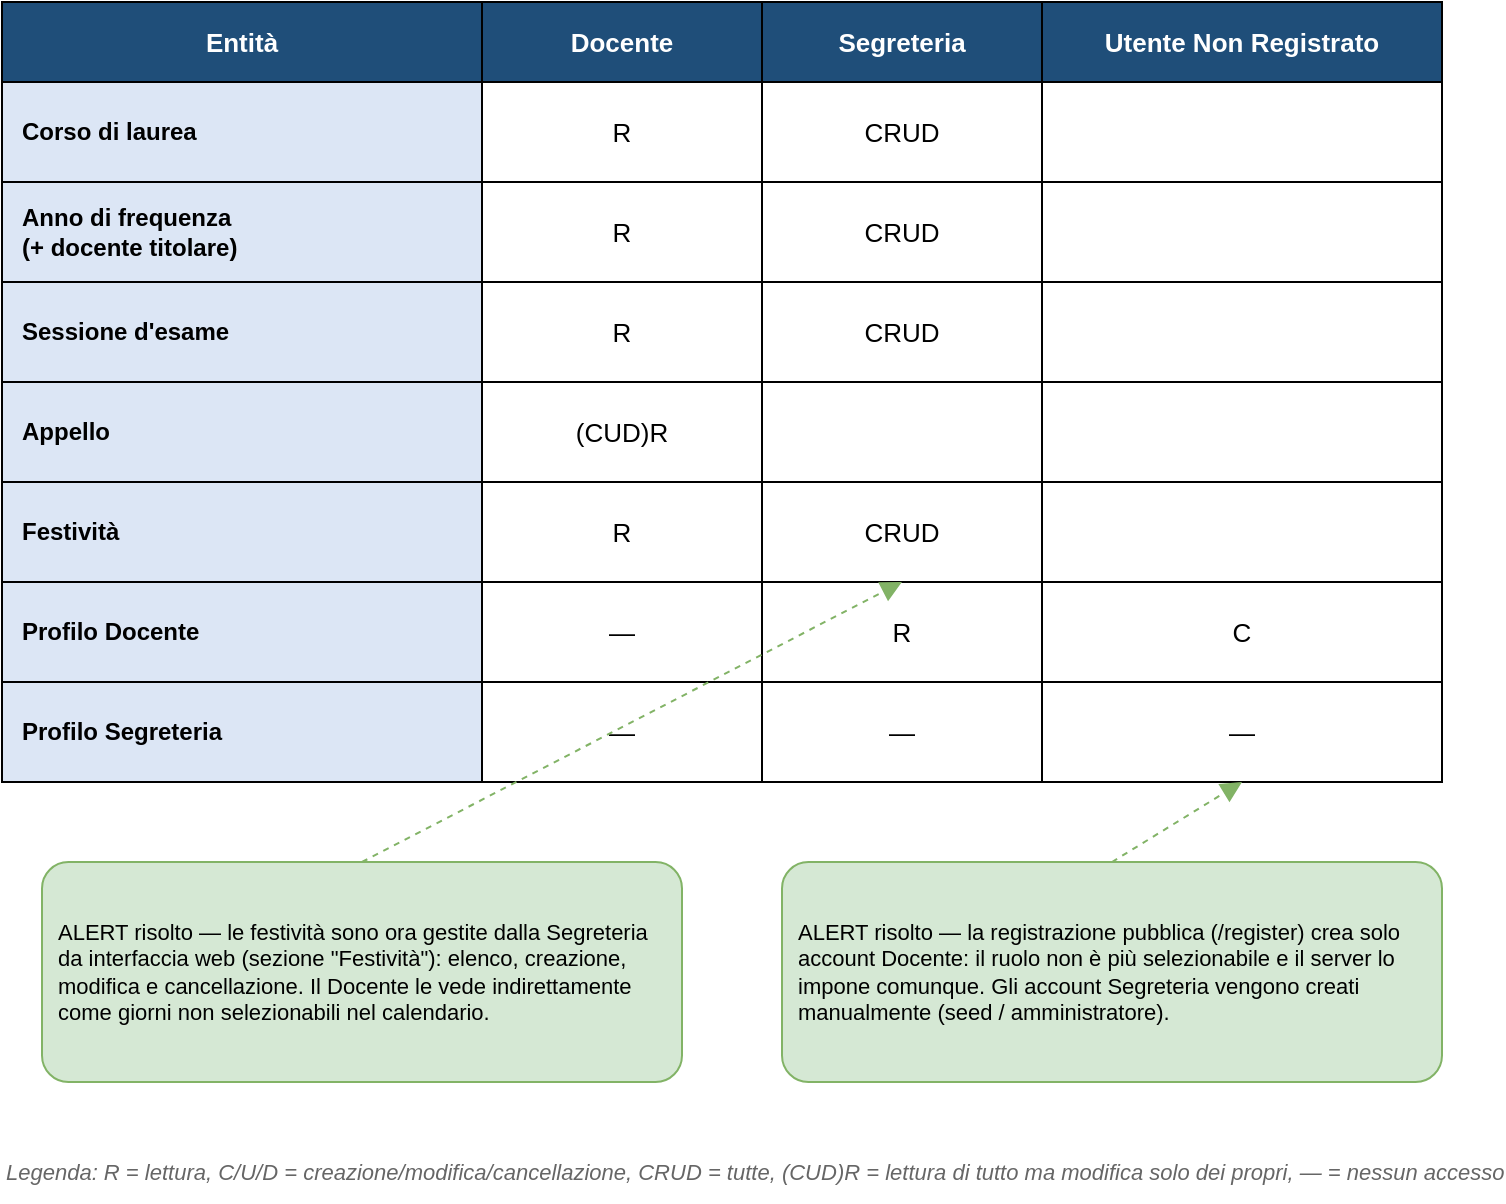
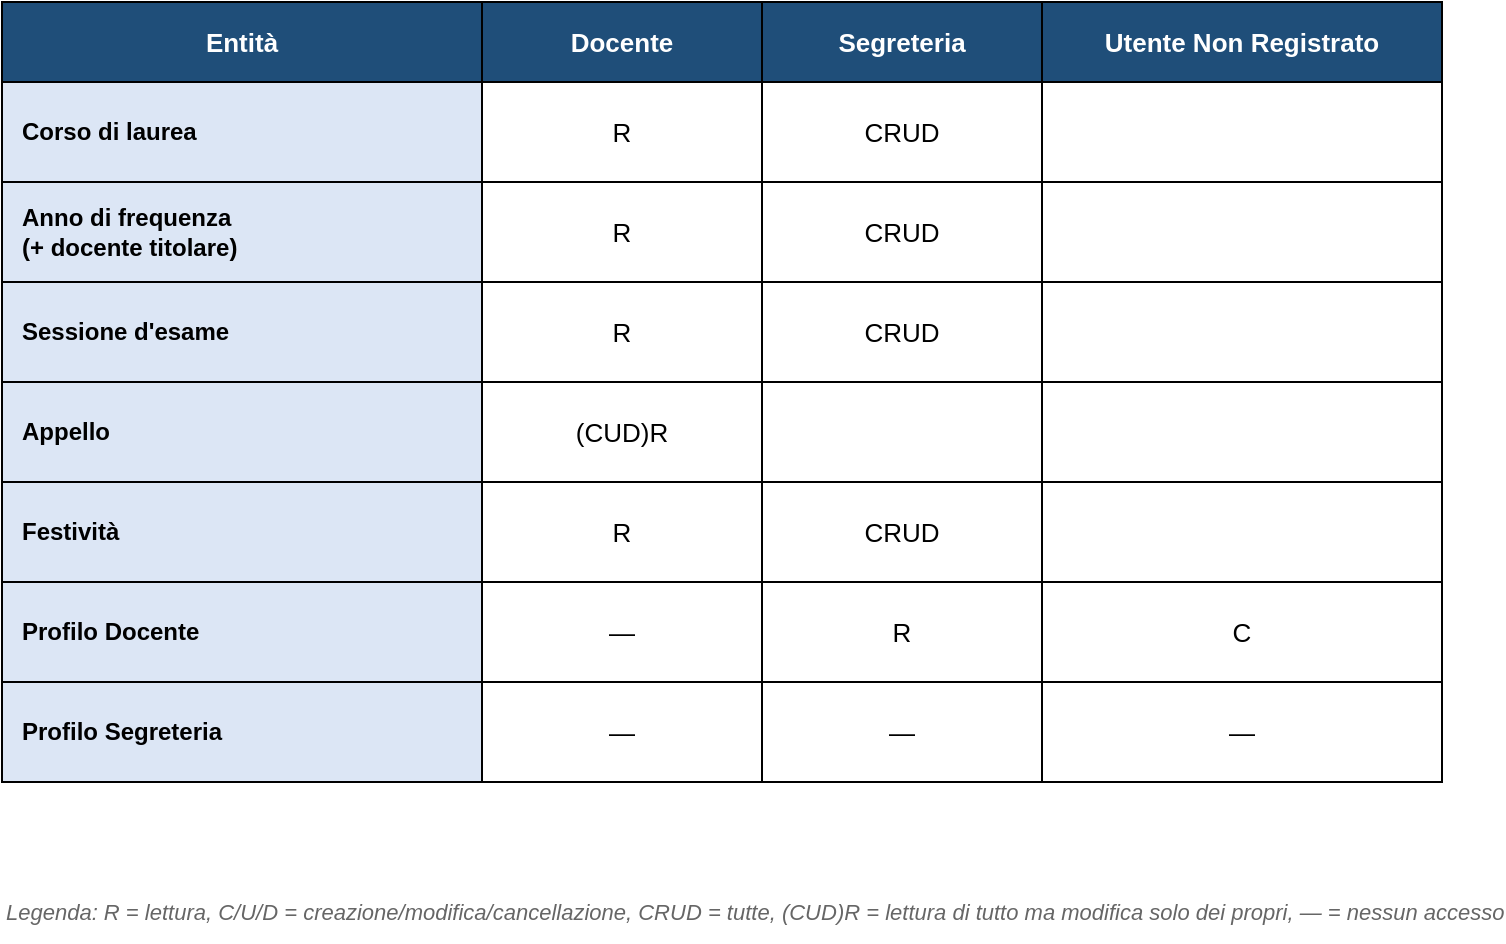
<mxfile host="app.diagrams.net" agent="claude-code" pages="2">
  <diagram name="Doppia entrata - permessi" id="doppia-entrata-appelli">
-     <mxGraphModel dx="900" dy="700" grid="1" gridSize="10" guides="1" tooltips="1" connect="1" arrows="1" fold="1" page="1" pageScale="1" pageWidth="850" pageHeight="1100" math="0" shadow="0">
+     <mxGraphModel dx="1039" dy="635" grid="1" gridSize="10" guides="1" tooltips="1" connect="1" arrows="1" fold="1" page="1" pageScale="1" pageWidth="850" pageHeight="1100" math="0" shadow="0">
      <root>
        <mxCell id="0" />
        <mxCell id="1" parent="0" />
-         <!-- ===== HEADER ROW ===== -->
-         <mxCell id="h0" value="Entità" style="rounded=0;whiteSpace=wrap;html=1;fillColor=#1F4E79;fontColor=#ffffff;fontStyle=1;fontSize=13;align=center;verticalAlign=middle;" vertex="1" parent="1">
-           <mxGeometry x="40" y="40" width="240" height="40" as="geometry" />
+         <mxCell id="h0" parent="1" style="rounded=0;whiteSpace=wrap;html=1;fillColor=#1F4E79;fontColor=#ffffff;fontStyle=1;fontSize=13;align=center;verticalAlign=middle;" value="Entità" vertex="1">
+           <mxGeometry height="40" width="240" x="40" y="40" as="geometry" />
        </mxCell>
-         <mxCell id="h1" value="Docente" style="rounded=0;whiteSpace=wrap;html=1;fillColor=#1F4E79;fontColor=#ffffff;fontStyle=1;fontSize=13;align=center;verticalAlign=middle;" vertex="1" parent="1">
-           <mxGeometry x="280" y="40" width="140" height="40" as="geometry" />
+         <mxCell id="h1" parent="1" style="rounded=0;whiteSpace=wrap;html=1;fillColor=#1F4E79;fontColor=#ffffff;fontStyle=1;fontSize=13;align=center;verticalAlign=middle;" value="Docente" vertex="1">
+           <mxGeometry height="40" width="140" x="280" y="40" as="geometry" />
        </mxCell>
-         <mxCell id="h2" value="Segreteria" style="rounded=0;whiteSpace=wrap;html=1;fillColor=#1F4E79;fontColor=#ffffff;fontStyle=1;fontSize=13;align=center;verticalAlign=middle;" vertex="1" parent="1">
-           <mxGeometry x="420" y="40" width="140" height="40" as="geometry" />
+         <mxCell id="h2" parent="1" style="rounded=0;whiteSpace=wrap;html=1;fillColor=#1F4E79;fontColor=#ffffff;fontStyle=1;fontSize=13;align=center;verticalAlign=middle;" value="Segreteria" vertex="1">
+           <mxGeometry height="40" width="140" x="420" y="40" as="geometry" />
        </mxCell>
-         <mxCell id="h3" value="Utente Non Registrato" style="rounded=0;whiteSpace=wrap;html=1;fillColor=#1F4E79;fontColor=#ffffff;fontStyle=1;fontSize=13;align=center;verticalAlign=middle;" vertex="1" parent="1">
-           <mxGeometry x="560" y="40" width="200" height="40" as="geometry" />
+         <mxCell id="h3" parent="1" style="rounded=0;whiteSpace=wrap;html=1;fillColor=#1F4E79;fontColor=#ffffff;fontStyle=1;fontSize=13;align=center;verticalAlign=middle;" value="Utente Non Registrato" vertex="1">
+           <mxGeometry height="40" width="200" x="560" y="40" as="geometry" />
        </mxCell>
-         <!-- ===== ROW 1: Corso di laurea ===== -->
-         <mxCell id="r1c0" value="Corso di laurea" style="rounded=0;whiteSpace=wrap;html=1;fillColor=#DCE6F5;fontStyle=1;fontSize=12;align=left;verticalAlign=middle;spacingLeft=8;" vertex="1" parent="1">
-           <mxGeometry x="40" y="80" width="240" height="50" as="geometry" />
+         <mxCell id="r1c0" parent="1" style="rounded=0;whiteSpace=wrap;html=1;fillColor=#DCE6F5;fontStyle=1;fontSize=12;align=left;verticalAlign=middle;spacingLeft=8;" value="Corso di laurea" vertex="1">
+           <mxGeometry height="50" width="240" x="40" y="80" as="geometry" />
        </mxCell>
-         <mxCell id="r1c1" value="R" style="rounded=0;whiteSpace=wrap;html=1;fillColor=#ffffff;fontSize=13;align=center;verticalAlign=middle;" vertex="1" parent="1">
-           <mxGeometry x="280" y="80" width="140" height="50" as="geometry" />
+         <mxCell id="r1c1" parent="1" style="rounded=0;whiteSpace=wrap;html=1;fillColor=#ffffff;fontSize=13;align=center;verticalAlign=middle;" value="R" vertex="1">
+           <mxGeometry height="50" width="140" x="280" y="80" as="geometry" />
        </mxCell>
-         <mxCell id="r1c2" value="CRUD" style="rounded=0;whiteSpace=wrap;html=1;fillColor=#ffffff;fontSize=13;align=center;verticalAlign=middle;" vertex="1" parent="1">
-           <mxGeometry x="420" y="80" width="140" height="50" as="geometry" />
+         <mxCell id="r1c2" parent="1" style="rounded=0;whiteSpace=wrap;html=1;fillColor=#ffffff;fontSize=13;align=center;verticalAlign=middle;" value="CRUD" vertex="1">
+           <mxGeometry height="50" width="140" x="420" y="80" as="geometry" />
        </mxCell>
-         <mxCell id="r1c3" value="" style="rounded=0;whiteSpace=wrap;html=1;fillColor=#ffffff;fontSize=13;align=center;verticalAlign=middle;" vertex="1" parent="1">
-           <mxGeometry x="560" y="80" width="200" height="50" as="geometry" />
+         <mxCell id="r1c3" parent="1" style="rounded=0;whiteSpace=wrap;html=1;fillColor=#ffffff;fontSize=13;align=center;verticalAlign=middle;" value="" vertex="1">
+           <mxGeometry height="50" width="200" x="560" y="80" as="geometry" />
        </mxCell>
-         <!-- ===== ROW 2: Anno di frequenza ===== -->
-         <mxCell id="r2c0" value="Anno di frequenza&#xa;(+ docente titolare)" style="rounded=0;whiteSpace=wrap;html=1;fillColor=#DCE6F5;fontStyle=1;fontSize=12;align=left;verticalAlign=middle;spacingLeft=8;" vertex="1" parent="1">
-           <mxGeometry x="40" y="130" width="240" height="50" as="geometry" />
+         <mxCell id="r2c0" parent="1" style="rounded=0;whiteSpace=wrap;html=1;fillColor=#DCE6F5;fontStyle=1;fontSize=12;align=left;verticalAlign=middle;spacingLeft=8;" value="Anno di frequenza&#xa;(+ docente titolare)" vertex="1">
+           <mxGeometry height="50" width="240" x="40" y="130" as="geometry" />
        </mxCell>
-         <mxCell id="r2c1" value="R" style="rounded=0;whiteSpace=wrap;html=1;fillColor=#ffffff;fontSize=13;align=center;verticalAlign=middle;" vertex="1" parent="1">
-           <mxGeometry x="280" y="130" width="140" height="50" as="geometry" />
+         <mxCell id="r2c1" parent="1" style="rounded=0;whiteSpace=wrap;html=1;fillColor=#ffffff;fontSize=13;align=center;verticalAlign=middle;" value="R" vertex="1">
+           <mxGeometry height="50" width="140" x="280" y="130" as="geometry" />
        </mxCell>
-         <mxCell id="r2c2" value="CRUD" style="rounded=0;whiteSpace=wrap;html=1;fillColor=#ffffff;fontSize=13;align=center;verticalAlign=middle;" vertex="1" parent="1">
-           <mxGeometry x="420" y="130" width="140" height="50" as="geometry" />
+         <mxCell id="r2c2" parent="1" style="rounded=0;whiteSpace=wrap;html=1;fillColor=#ffffff;fontSize=13;align=center;verticalAlign=middle;" value="CRUD" vertex="1">
+           <mxGeometry height="50" width="140" x="420" y="130" as="geometry" />
        </mxCell>
-         <mxCell id="r2c3" value="" style="rounded=0;whiteSpace=wrap;html=1;fillColor=#ffffff;fontSize=13;align=center;verticalAlign=middle;" vertex="1" parent="1">
-           <mxGeometry x="560" y="130" width="200" height="50" as="geometry" />
+         <mxCell id="r2c3" parent="1" style="rounded=0;whiteSpace=wrap;html=1;fillColor=#ffffff;fontSize=13;align=center;verticalAlign=middle;" value="" vertex="1">
+           <mxGeometry height="50" width="200" x="560" y="130" as="geometry" />
        </mxCell>
-         <!-- ===== ROW 3: Sessione d'esame ===== -->
-         <mxCell id="r3c0" value="Sessione d&#39;esame" style="rounded=0;whiteSpace=wrap;html=1;fillColor=#DCE6F5;fontStyle=1;fontSize=12;align=left;verticalAlign=middle;spacingLeft=8;" vertex="1" parent="1">
-           <mxGeometry x="40" y="180" width="240" height="50" as="geometry" />
+         <mxCell id="r3c0" parent="1" style="rounded=0;whiteSpace=wrap;html=1;fillColor=#DCE6F5;fontStyle=1;fontSize=12;align=left;verticalAlign=middle;spacingLeft=8;" value="Sessione d&#39;esame" vertex="1">
+           <mxGeometry height="50" width="240" x="40" y="180" as="geometry" />
        </mxCell>
-         <mxCell id="r3c1" value="R" style="rounded=0;whiteSpace=wrap;html=1;fillColor=#ffffff;fontSize=13;align=center;verticalAlign=middle;" vertex="1" parent="1">
-           <mxGeometry x="280" y="180" width="140" height="50" as="geometry" />
+         <mxCell id="r3c1" parent="1" style="rounded=0;whiteSpace=wrap;html=1;fillColor=#ffffff;fontSize=13;align=center;verticalAlign=middle;" value="R" vertex="1">
+           <mxGeometry height="50" width="140" x="280" y="180" as="geometry" />
        </mxCell>
-         <mxCell id="r3c2" value="CRUD" style="rounded=0;whiteSpace=wrap;html=1;fillColor=#ffffff;fontSize=13;align=center;verticalAlign=middle;" vertex="1" parent="1">
-           <mxGeometry x="420" y="180" width="140" height="50" as="geometry" />
+         <mxCell id="r3c2" parent="1" style="rounded=0;whiteSpace=wrap;html=1;fillColor=#ffffff;fontSize=13;align=center;verticalAlign=middle;" value="CRUD" vertex="1">
+           <mxGeometry height="50" width="140" x="420" y="180" as="geometry" />
        </mxCell>
-         <mxCell id="r3c3" value="" style="rounded=0;whiteSpace=wrap;html=1;fillColor=#ffffff;fontSize=13;align=center;verticalAlign=middle;" vertex="1" parent="1">
-           <mxGeometry x="560" y="180" width="200" height="50" as="geometry" />
+         <mxCell id="r3c3" parent="1" style="rounded=0;whiteSpace=wrap;html=1;fillColor=#ffffff;fontSize=13;align=center;verticalAlign=middle;" value="" vertex="1">
+           <mxGeometry height="50" width="200" x="560" y="180" as="geometry" />
        </mxCell>
-         <!-- ===== ROW 4: Appello ===== -->
-         <mxCell id="r4c0" value="Appello" style="rounded=0;whiteSpace=wrap;html=1;fillColor=#DCE6F5;fontStyle=1;fontSize=12;align=left;verticalAlign=middle;spacingLeft=8;" vertex="1" parent="1">
-           <mxGeometry x="40" y="230" width="240" height="50" as="geometry" />
+         <mxCell id="r4c0" parent="1" style="rounded=0;whiteSpace=wrap;html=1;fillColor=#DCE6F5;fontStyle=1;fontSize=12;align=left;verticalAlign=middle;spacingLeft=8;" value="Appello" vertex="1">
+           <mxGeometry height="50" width="240" x="40" y="230" as="geometry" />
        </mxCell>
-         <mxCell id="r4c1" value="(CUD)R" style="rounded=0;whiteSpace=wrap;html=1;fillColor=#ffffff;fontSize=13;align=center;verticalAlign=middle;" vertex="1" parent="1">
-           <mxGeometry x="280" y="230" width="140" height="50" as="geometry" />
+         <mxCell id="r4c1" parent="1" style="rounded=0;whiteSpace=wrap;html=1;fillColor=#ffffff;fontSize=13;align=center;verticalAlign=middle;" value="(CUD)R" vertex="1">
+           <mxGeometry height="50" width="140" x="280" y="230" as="geometry" />
        </mxCell>
-         <mxCell id="r4c2" value="" style="rounded=0;whiteSpace=wrap;html=1;fillColor=#ffffff;fontSize=13;align=center;verticalAlign=middle;" vertex="1" parent="1">
-           <mxGeometry x="420" y="230" width="140" height="50" as="geometry" />
+         <mxCell id="r4c2" parent="1" style="rounded=0;whiteSpace=wrap;html=1;fillColor=#ffffff;fontSize=13;align=center;verticalAlign=middle;" value="" vertex="1">
+           <mxGeometry height="50" width="140" x="420" y="230" as="geometry" />
        </mxCell>
-         <mxCell id="r4c3" value="" style="rounded=0;whiteSpace=wrap;html=1;fillColor=#ffffff;fontSize=13;align=center;verticalAlign=middle;" vertex="1" parent="1">
-           <mxGeometry x="560" y="230" width="200" height="50" as="geometry" />
+         <mxCell id="r4c3" parent="1" style="rounded=0;whiteSpace=wrap;html=1;fillColor=#ffffff;fontSize=13;align=center;verticalAlign=middle;" value="" vertex="1">
+           <mxGeometry height="50" width="200" x="560" y="230" as="geometry" />
        </mxCell>
-         <!-- ===== ROW 5: Festivita ===== -->
-         <mxCell id="r5c0" value="Festività" style="rounded=0;whiteSpace=wrap;html=1;fillColor=#DCE6F5;fontStyle=1;fontSize=12;align=left;verticalAlign=middle;spacingLeft=8;" vertex="1" parent="1">
-           <mxGeometry x="40" y="280" width="240" height="50" as="geometry" />
+         <mxCell id="r5c0" parent="1" style="rounded=0;whiteSpace=wrap;html=1;fillColor=#DCE6F5;fontStyle=1;fontSize=12;align=left;verticalAlign=middle;spacingLeft=8;" value="Festività" vertex="1">
+           <mxGeometry height="50" width="240" x="40" y="280" as="geometry" />
        </mxCell>
-         <mxCell id="r5c1" value="R" style="rounded=0;whiteSpace=wrap;html=1;fillColor=#ffffff;fontSize=13;align=center;verticalAlign=middle;" vertex="1" parent="1">
-           <mxGeometry x="280" y="280" width="140" height="50" as="geometry" />
+         <mxCell id="r5c1" parent="1" style="rounded=0;whiteSpace=wrap;html=1;fillColor=#ffffff;fontSize=13;align=center;verticalAlign=middle;" value="R" vertex="1">
+           <mxGeometry height="50" width="140" x="280" y="280" as="geometry" />
        </mxCell>
-         <mxCell id="r5c2" value="CRUD" style="rounded=0;whiteSpace=wrap;html=1;fillColor=#ffffff;fontSize=13;align=center;verticalAlign=middle;" vertex="1" parent="1">
-           <mxGeometry x="420" y="280" width="140" height="50" as="geometry" />
+         <mxCell id="r5c2" parent="1" style="rounded=0;whiteSpace=wrap;html=1;fillColor=#ffffff;fontSize=13;align=center;verticalAlign=middle;" value="CRUD" vertex="1">
+           <mxGeometry height="50" width="140" x="420" y="280" as="geometry" />
        </mxCell>
-         <mxCell id="r5c3" value="" style="rounded=0;whiteSpace=wrap;html=1;fillColor=#ffffff;fontSize=13;align=center;verticalAlign=middle;" vertex="1" parent="1">
-           <mxGeometry x="560" y="280" width="200" height="50" as="geometry" />
+         <mxCell id="r5c3" parent="1" style="rounded=0;whiteSpace=wrap;html=1;fillColor=#ffffff;fontSize=13;align=center;verticalAlign=middle;" value="" vertex="1">
+           <mxGeometry height="50" width="200" x="560" y="280" as="geometry" />
        </mxCell>
-         <!-- ===== ROW 6: Profilo Docente ===== -->
-         <mxCell id="r6c0" value="Profilo Docente" style="rounded=0;whiteSpace=wrap;html=1;fillColor=#DCE6F5;fontStyle=1;fontSize=12;align=left;verticalAlign=middle;spacingLeft=8;" vertex="1" parent="1">
-           <mxGeometry x="40" y="330" width="240" height="50" as="geometry" />
+         <mxCell id="r6c0" parent="1" style="rounded=0;whiteSpace=wrap;html=1;fillColor=#DCE6F5;fontStyle=1;fontSize=12;align=left;verticalAlign=middle;spacingLeft=8;" value="Profilo Docente" vertex="1">
+           <mxGeometry height="50" width="240" x="40" y="330" as="geometry" />
        </mxCell>
-         <mxCell id="r6c1" value="—" style="rounded=0;whiteSpace=wrap;html=1;fillColor=#ffffff;fontSize=13;align=center;verticalAlign=middle;" vertex="1" parent="1">
-           <mxGeometry x="280" y="330" width="140" height="50" as="geometry" />
+         <mxCell id="r6c1" parent="1" style="rounded=0;whiteSpace=wrap;html=1;fillColor=#ffffff;fontSize=13;align=center;verticalAlign=middle;" value="—" vertex="1">
+           <mxGeometry height="50" width="140" x="280" y="330" as="geometry" />
        </mxCell>
-         <mxCell id="r6c2" value="R" style="rounded=0;whiteSpace=wrap;html=1;fillColor=#ffffff;fontSize=13;align=center;verticalAlign=middle;" vertex="1" parent="1">
-           <mxGeometry x="420" y="330" width="140" height="50" as="geometry" />
+         <mxCell id="r6c2" parent="1" style="rounded=0;whiteSpace=wrap;html=1;fillColor=#ffffff;fontSize=13;align=center;verticalAlign=middle;" value="R" vertex="1">
+           <mxGeometry height="50" width="140" x="420" y="330" as="geometry" />
        </mxCell>
-         <mxCell id="r6c3" value="C" style="rounded=0;whiteSpace=wrap;html=1;fillColor=#ffffff;fontSize=13;align=center;verticalAlign=middle;" vertex="1" parent="1">
-           <mxGeometry x="560" y="330" width="200" height="50" as="geometry" />
+         <mxCell id="r6c3" parent="1" style="rounded=0;whiteSpace=wrap;html=1;fillColor=#ffffff;fontSize=13;align=center;verticalAlign=middle;" value="C" vertex="1">
+           <mxGeometry height="50" width="200" x="560" y="330" as="geometry" />
        </mxCell>
-         <!-- ===== ROW 7: Profilo Segreteria ===== -->
-         <mxCell id="r7c0" value="Profilo Segreteria" style="rounded=0;whiteSpace=wrap;html=1;fillColor=#DCE6F5;fontStyle=1;fontSize=12;align=left;verticalAlign=middle;spacingLeft=8;" vertex="1" parent="1">
-           <mxGeometry x="40" y="380" width="240" height="50" as="geometry" />
+         <mxCell id="r7c0" parent="1" style="rounded=0;whiteSpace=wrap;html=1;fillColor=#DCE6F5;fontStyle=1;fontSize=12;align=left;verticalAlign=middle;spacingLeft=8;" value="Profilo Segreteria" vertex="1">
+           <mxGeometry height="50" width="240" x="40" y="380" as="geometry" />
        </mxCell>
-         <mxCell id="r7c1" value="—" style="rounded=0;whiteSpace=wrap;html=1;fillColor=#ffffff;fontSize=13;align=center;verticalAlign=middle;" vertex="1" parent="1">
-           <mxGeometry x="280" y="380" width="140" height="50" as="geometry" />
+         <mxCell id="r7c1" parent="1" style="rounded=0;whiteSpace=wrap;html=1;fillColor=#ffffff;fontSize=13;align=center;verticalAlign=middle;" value="—" vertex="1">
+           <mxGeometry height="50" width="140" x="280" y="380" as="geometry" />
        </mxCell>
-         <mxCell id="r7c2" value="—" style="rounded=0;whiteSpace=wrap;html=1;fillColor=#ffffff;fontSize=13;align=center;verticalAlign=middle;" vertex="1" parent="1">
-           <mxGeometry x="420" y="380" width="140" height="50" as="geometry" />
+         <mxCell id="r7c2" parent="1" style="rounded=0;whiteSpace=wrap;html=1;fillColor=#ffffff;fontSize=13;align=center;verticalAlign=middle;" value="—" vertex="1">
+           <mxGeometry height="50" width="140" x="420" y="380" as="geometry" />
        </mxCell>
-         <mxCell id="r7c3" value="—" style="rounded=0;whiteSpace=wrap;html=1;fillColor=#ffffff;fontSize=13;align=center;verticalAlign=middle;" vertex="1" parent="1">
-           <mxGeometry x="560" y="380" width="200" height="50" as="geometry" />
+         <mxCell id="r7c3" parent="1" style="rounded=0;whiteSpace=wrap;html=1;fillColor=#ffffff;fontSize=13;align=center;verticalAlign=middle;" value="—" vertex="1">
+           <mxGeometry height="50" width="200" x="560" y="380" as="geometry" />
        </mxCell>
-         <!-- ===== CALLOUT 1: Festivita (risolto) ===== -->
-         <mxCell id="note1" value="ALERT risolto — le festività sono ora gestite dalla Segreteria da interfaccia web (sezione &quot;Festività&quot;): elenco, creazione, modifica e cancellazione. Il Docente le vede indirettamente come giorni non selezionabili nel calendario." style="rounded=1;whiteSpace=wrap;html=1;fillColor=#D5E8D4;strokeColor=#82B366;fontSize=11;align=left;verticalAlign=middle;spacing=8;arcSize=12;" vertex="1" parent="1">
-           <mxGeometry x="60" y="470" width="320" height="110" as="geometry" />
-         </mxCell>
-         <mxCell id="noteEdge1" style="endArrow=block;endFill=1;endSize=8;html=1;rounded=0;dashed=1;strokeColor=#82B366;exitX=0.5;exitY=0;exitDx=0;exitDy=0;entryX=0.5;entryY=1;entryDx=0;entryDy=0;" edge="1" parent="1" source="note1" target="r5c2">
-           <mxGeometry relative="1" as="geometry" />
-         </mxCell>
-         <!-- ===== CALLOUT 2: Registrazione (risolto) ===== -->
-         <mxCell id="note2" value="ALERT risolto — la registrazione pubblica (/register) crea solo account Docente: il ruolo non è più selezionabile e il server lo impone comunque. Gli account Segreteria vengono creati manualmente (seed / amministratore)." style="rounded=1;whiteSpace=wrap;html=1;fillColor=#D5E8D4;strokeColor=#82B366;fontSize=11;align=left;verticalAlign=middle;spacing=8;arcSize=12;" vertex="1" parent="1">
-           <mxGeometry x="430" y="470" width="330" height="110" as="geometry" />
-         </mxCell>
-         <mxCell id="noteEdge2" style="endArrow=block;endFill=1;endSize=8;html=1;rounded=0;dashed=1;strokeColor=#82B366;exitX=0.5;exitY=0;exitDx=0;exitDy=0;entryX=0.5;entryY=1;entryDx=0;entryDy=0;" edge="1" parent="1" source="note2" target="r7c3">
-           <mxGeometry relative="1" as="geometry" />
-         </mxCell>
-         <!-- ===== LEGENDA ===== -->
-         <mxCell id="legend" value="Legenda: R = lettura, C/U/D = creazione/modifica/cancellazione, CRUD = tutte, (CUD)R = lettura di tutto ma modifica solo dei propri, — = nessun accesso" style="text;html=1;align=left;verticalAlign=middle;fontSize=11;fontColor=#666666;fontStyle=2;" vertex="1" parent="1">
-           <mxGeometry x="40" y="610" width="720" height="30" as="geometry" />
+         <mxCell id="legend" parent="1" style="text;html=1;align=left;verticalAlign=middle;fontSize=11;fontColor=#666666;fontStyle=2;" value="Legenda: R = lettura, C/U/D = creazione/modifica/cancellazione, CRUD = tutte, (CUD)R = lettura di tutto ma modifica solo dei propri, — = nessun accesso" vertex="1">
+           <mxGeometry height="30" width="720" x="40" y="480" as="geometry" />
        </mxCell>
      </root>
    </mxGraphModel>
  </diagram>
  <diagram id="uus3Jjb3XbH5Ezos5l48" name="Pagina-2">
    <mxGraphModel dx="992" dy="527" grid="1" gridSize="10" guides="1" tooltips="1" connect="1" arrows="1" fold="1" page="1" pageScale="1" pageWidth="827" pageHeight="1169" math="0" shadow="0">
      <root>
        <mxCell id="0" />
        <mxCell id="1" parent="0" />
      </root>
    </mxGraphModel>
  </diagram>
</mxfile>
